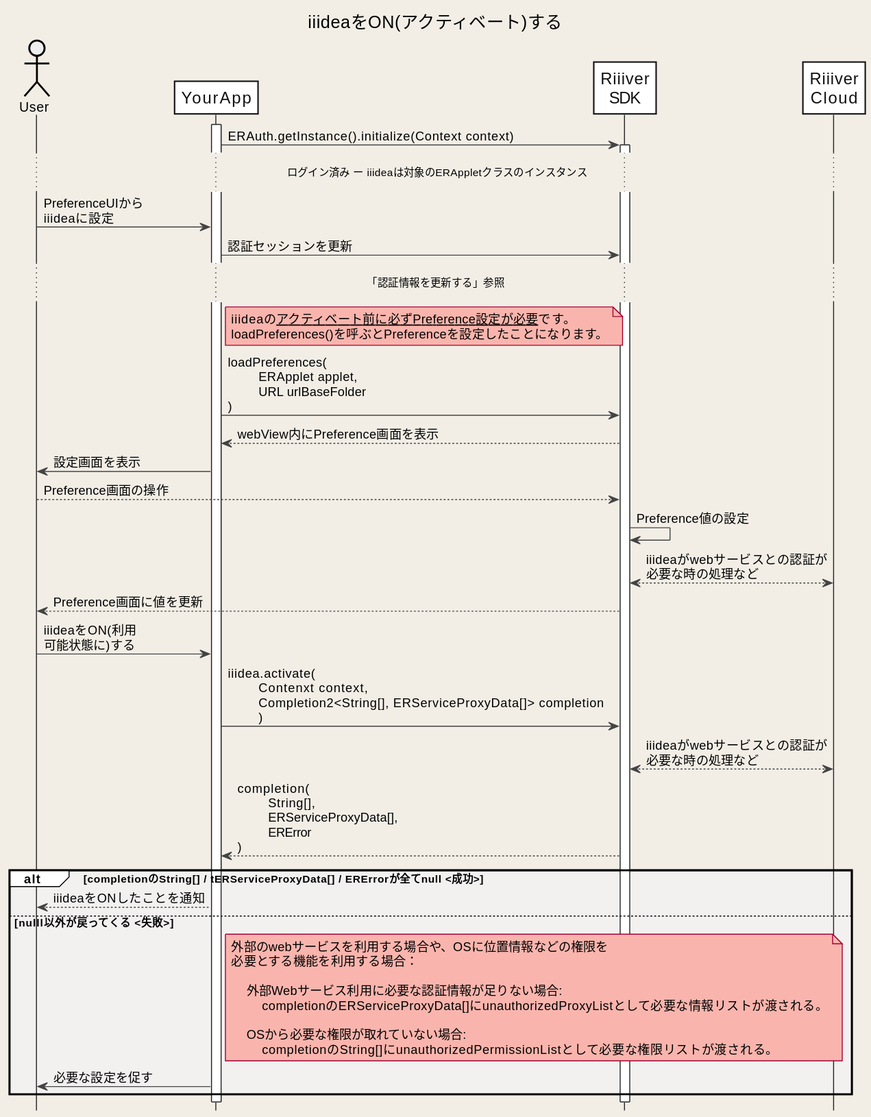
This is images/Android/en/Sequences/activateIiidea.svg from CitizenWatch/RiiiverResources, a PlantUML export, as it was before one commit. Its diagram source:
```plantuml
@startuml
title iiideaをON(アクティベート)する
hide footbox

skinparam DefaultFontName "Noto Sans JP, Helvetica, Arial, Liberation Sans"
skinparam BackgroundColor #F2EEE6
skinparam Shadowing false
skinparam NoteBackgroundColor #F9B5AD
skinparam NodeBorderColor #F26767

skinparam sequence {
ArrowColor #444444
ActorBorderColor Black
LifeLineBorderColor #222222
LifeLineBackgroundColor White
BoxBorderColor #FFFFFF
BoxBackgroundColor #F2fEf6
GroupBackgroundColor #FFFFFF
GroupBodyBackgroundColor #F3F0F0

ParticipantBorderColor #111111
ParticipantBackgroundColor White
ParticipantFontSize 17
ParticipantFontColor #111111
BoundaryBorderColor Gray
ActorBackgroundColor #eeeeee
ActorFontColor Black

}

actor User
participant YourApp as App
participant "Riiiver\nSDK" as ERSDK
participant "Riiiver\nCloud" as Riiiver

activate App

App -> ERSDK: ERAuth.getInstance().initialize(Context context)
activate ERSDK

... ログイン済み ー iiideaは対象のERAppletクラスのインスタンス...

User -> App: PreferenceUIから\niiideaに設定

App -> ERSDK: 認証セッションを更新
... 「認証情報を更新する」参照 ...
note right of App: iiideaの__アクティベート前に必ずPreference設定が必要__です。\nloadPreferences()を呼ぶとPreferenceを設定したことになります。
App -> ERSDK: loadPreferences(\n\tERApplet applet,\n\tURL urlBaseFolder\n)
App <-- ERSDK: webView内にPreference画面を表示
User <- App: 設定画面を表示
User --> ERSDK: Preference画面の操作
ERSDK -> ERSDK: Preference値の設定
ERSDK <--> Riiiver: iiideaがwebサービスとの認証が\n必要な時の処理など
User <-- ERSDK: Preference画面に値を更新

User -> App: iiideaをON(利用\n可能状態に)する
App -> ERSDK: iiidea.activate(\n\tContenxt context,\n\tCompletion2<String[], ERServiceProxyData[]> completion\n\t)
ERSDK <--> Riiiver: iiideaがwebサービスとの認証が\n必要な時の処理など
App <-- ERSDK: completion(\n\tString[],\n\tERServiceProxyData[],\n\tERError\n)
alt completionのString[] / tERServiceProxyData[] / ERErrorが全てnull <成功>
    User <-- App: iiideaをONしたことを通知
else nulll以外が戻ってくる <失敗>
    note right of App
        外部のwebサービスを利用する場合や、OSに位置情報などの権限を
        必要とする機能を利用する場合：

            外部Webサービス利用に必要な認証情報が足りない場合:
                completionのERServiceProxyData[]にunauthorizedProxyListとして必要な情報リストが渡される。

            OSから必要な権限が取れていない場合:
                completionのString[]にunauthorizedPermissionListとして必要な権限リストが渡される。
    end note
    App -> User: 必要な設定を促す
end

@enduml
```
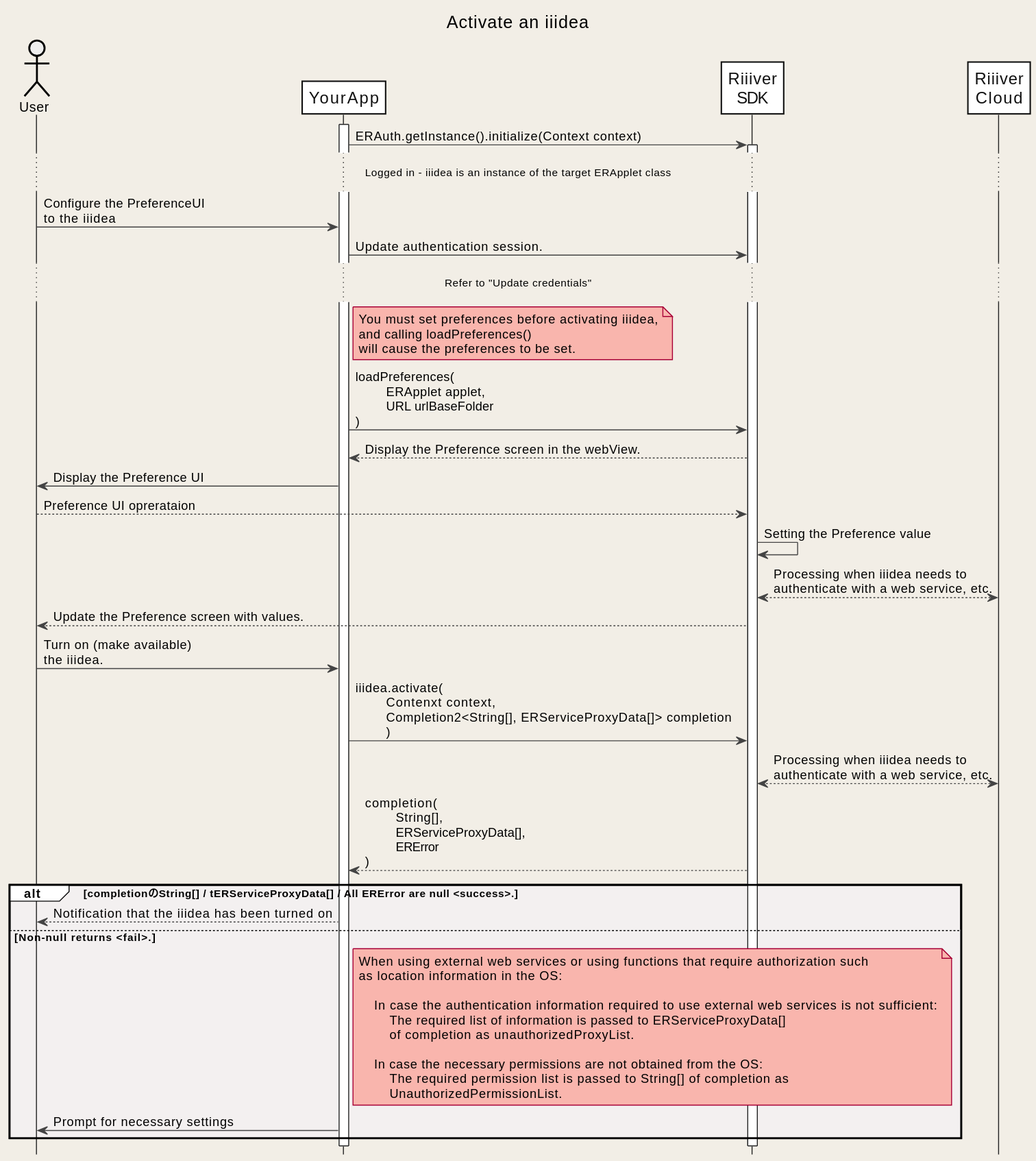
After the change.

The edit, as a diff of the source:
```diff
@@ -1,5 +1,5 @@
 @startuml
-title iiideaをON(アクティベート)する
+title Activate an iiidea
 hide footbox
 
 skinparam DefaultFontName "Noto Sans JP, Helvetica, Arial, Liberation Sans"
@@ -38,39 +38,41 @@
 App -> ERSDK: ERAuth.getInstance().initialize(Context context)
 activate ERSDK
 
-... ログイン済み ー iiideaは対象のERAppletクラスのインスタンス...
+... Logged in - iiidea is an instance of the target ERApplet class ...
 
-User -> App: PreferenceUIから\niiideaに設定
+User -> App: Configure the PreferenceUI\nto the iiidea
 
-App -> ERSDK: 認証セッションを更新
-... 「認証情報を更新する」参照 ...
-note right of App: iiideaの__アクティベート前に必ずPreference設定が必要__です。\nloadPreferences()を呼ぶとPreferenceを設定したことになります。
+App -> ERSDK: Update authentication session.
+... Refer to "Update credentials" ...
+note right of App: You must set preferences before activating iiidea,\nand calling loadPreferences()\nwill cause the preferences to be set.
 App -> ERSDK: loadPreferences(\n\tERApplet applet,\n\tURL urlBaseFolder\n)
-App <-- ERSDK: webView内にPreference画面を表示
-User <- App: 設定画面を表示
-User --> ERSDK: Preference画面の操作
-ERSDK -> ERSDK: Preference値の設定
-ERSDK <--> Riiiver: iiideaがwebサービスとの認証が\n必要な時の処理など
-User <-- ERSDK: Preference画面に値を更新
+App <-- ERSDK: Display the Preference screen in the webView.
+User <- App: Display the Preference UI
+User --> ERSDK: Preference UI oprerataion
+ERSDK -> ERSDK: Setting the Preference value
+ERSDK <--> Riiiver: Processing when iiidea needs to\nauthenticate with a web service, etc.
+User <-- ERSDK: Update the Preference screen with values.
 
-User -> App: iiideaをON(利用\n可能状態に)する
+User -> App: Turn on (make available)\nthe iiidea.
 App -> ERSDK: iiidea.activate(\n\tContenxt context,\n\tCompletion2<String[], ERServiceProxyData[]> completion\n\t)
-ERSDK <--> Riiiver: iiideaがwebサービスとの認証が\n必要な時の処理など
+ERSDK <--> Riiiver: Processing when iiidea needs to\nauthenticate with a web service, etc.
 App <-- ERSDK: completion(\n\tString[],\n\tERServiceProxyData[],\n\tERError\n)
-alt completionのString[] / tERServiceProxyData[] / ERErrorが全てnull <成功>
-    User <-- App: iiideaをONしたことを通知
-else nulll以外が戻ってくる <失敗>
+alt completionのString[] / tERServiceProxyData[] / All ERError are null <success>.
+    User <-- App: Notification that the iiidea has been turned on
+else Non-null returns <fail>.
     note right of App
-        外部のwebサービスを利用する場合や、OSに位置情報などの権限を
-        必要とする機能を利用する場合：
+        When using external web services or using functions that require authorization such
+        as location information in the OS:
 
-            外部Webサービス利用に必要な認証情報が足りない場合:
-                completionのERServiceProxyData[]にunauthorizedProxyListとして必要な情報リストが渡される。
+            In case the authentication information required to use external web services is not sufficient:
+                The required list of information is passed to ERServiceProxyData[]
+                of completion as unauthorizedProxyList.
 
-            OSから必要な権限が取れていない場合:
-                completionのString[]にunauthorizedPermissionListとして必要な権限リストが渡される。
+            In case the necessary permissions are not obtained from the OS:
+                The required permission list is passed to String[] of completion as
+                UnauthorizedPermissionList.
     end note
-    App -> User: 必要な設定を促す
+    App -> User: Prompt for necessary settings
 end
 
 @enduml
```
